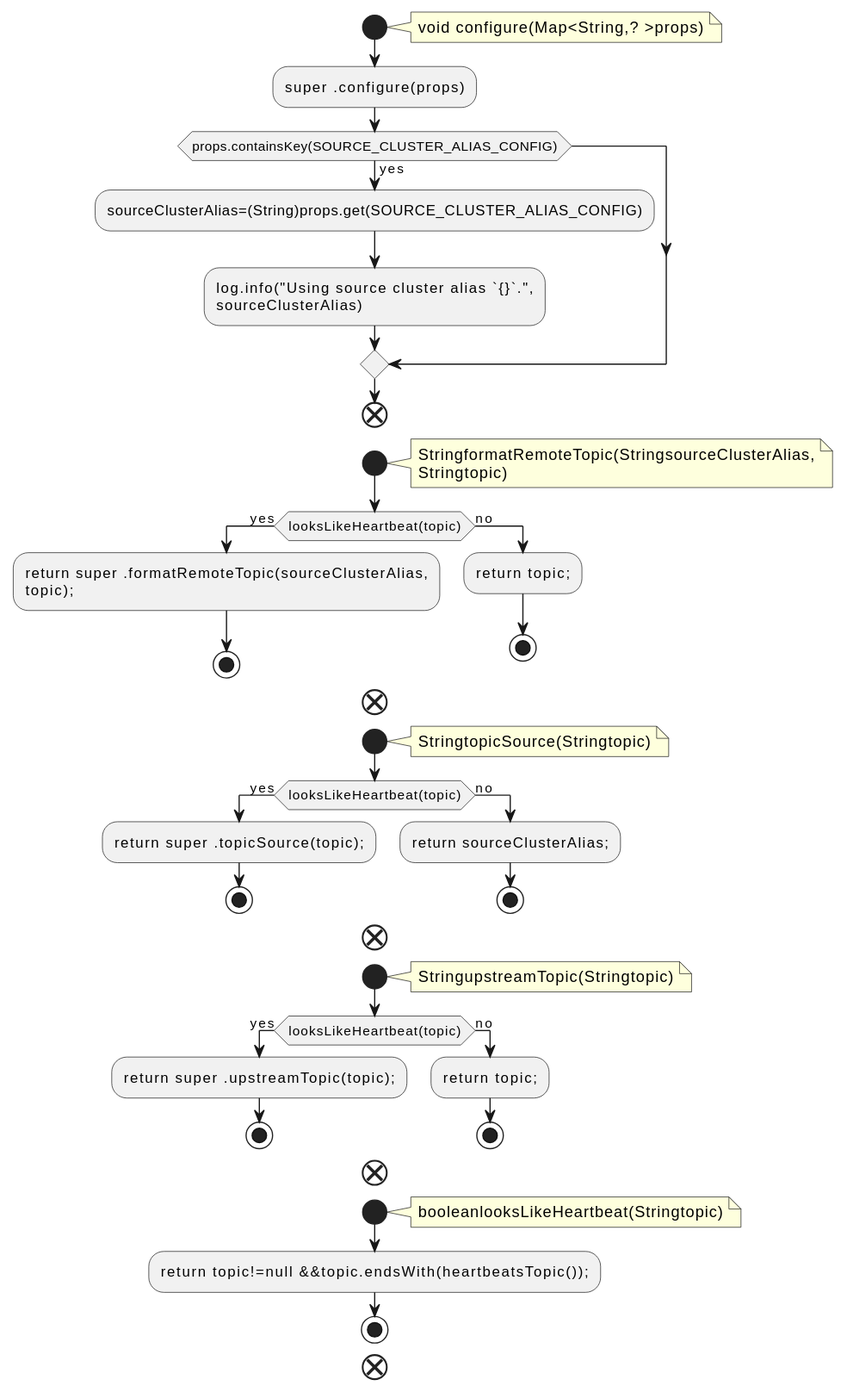
This is docs/qc/connect/mirror-client/src/main/java/org/apache/kafka/connect/mirror/IdentityReplicationPolicy.java.fct.svg from qualitesys/kafka, a PlantUML export, as it was before one commit.
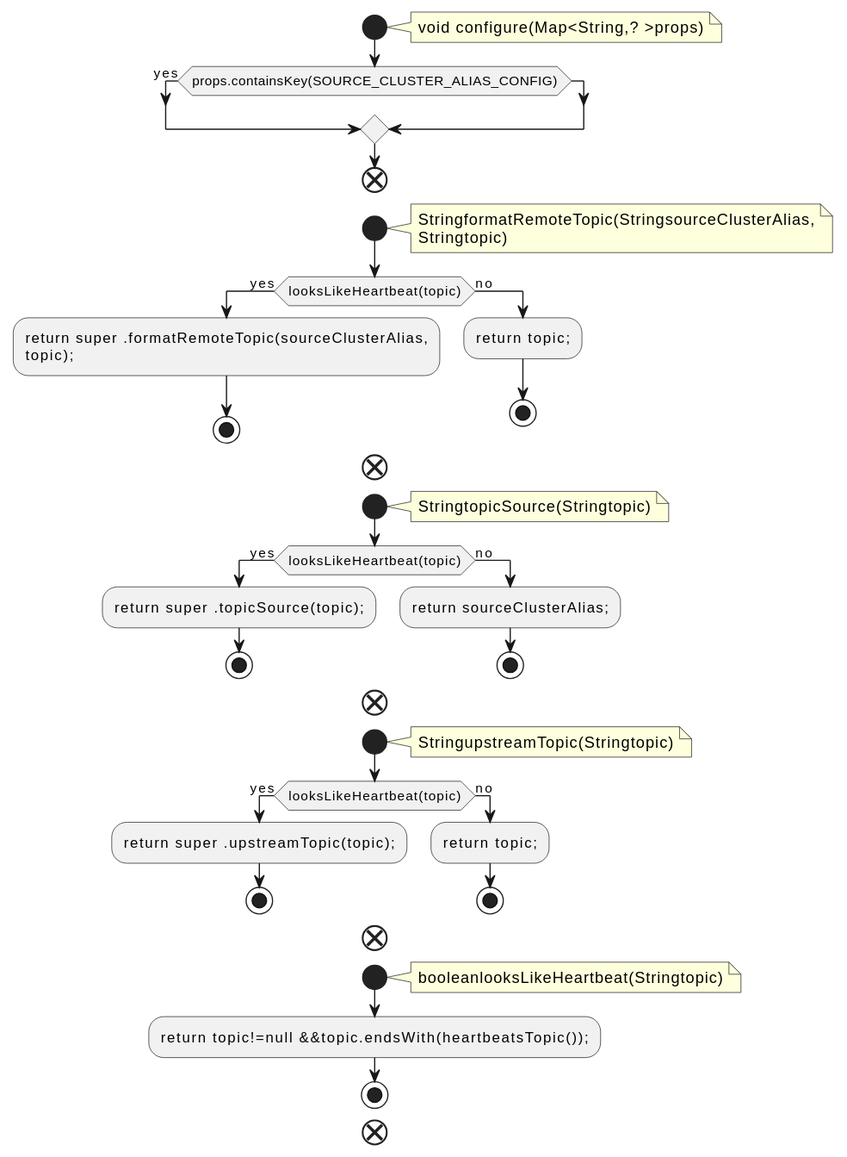
After the commit.

Change to the diagram source:
```diff
@@ -4,11 +4,7 @@
 note right
 void configure(Map<String,? >props)
 end note
-:super .configure(props);
 if (props.containsKey(SOURCE_CLUSTER_ALIAS_CONFIG)) then (yes)
-:sourceClusterAlias=(String)props.get(SOURCE_CLUSTER_ALIAS_CONFIG);
-:log.info("Using source cluster alias `{}`.",
-sourceClusterAlias);
 endif
 end
 start
```
